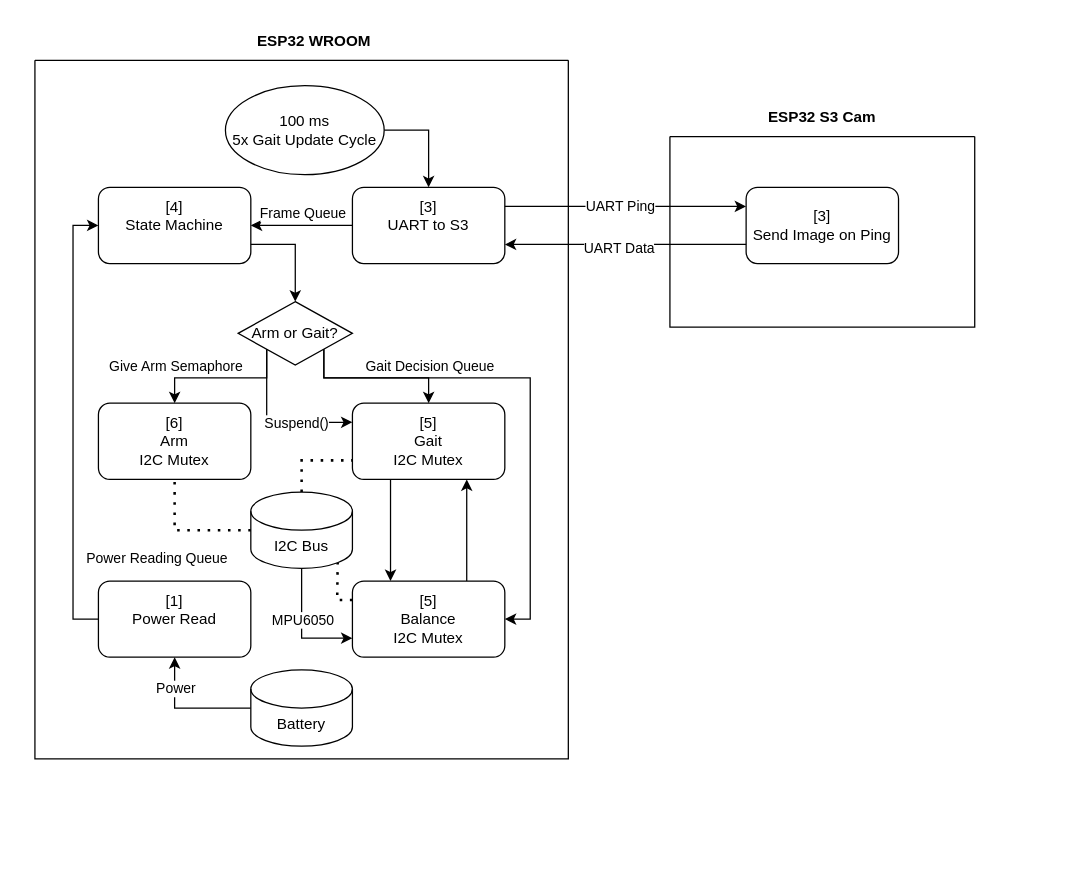
This is Task Diagram.drawio from vy038/Project_Talos, a draw.io file, before an edit. Source tidied: cells renumbered, new cells numbered last; positions are measured from the earlier drawing's top-left corner, leaving out a move shared by most shapes. Both pictures are drawn from the tidied source at 127%, with x=0, y=0 at pixel (34, 22).
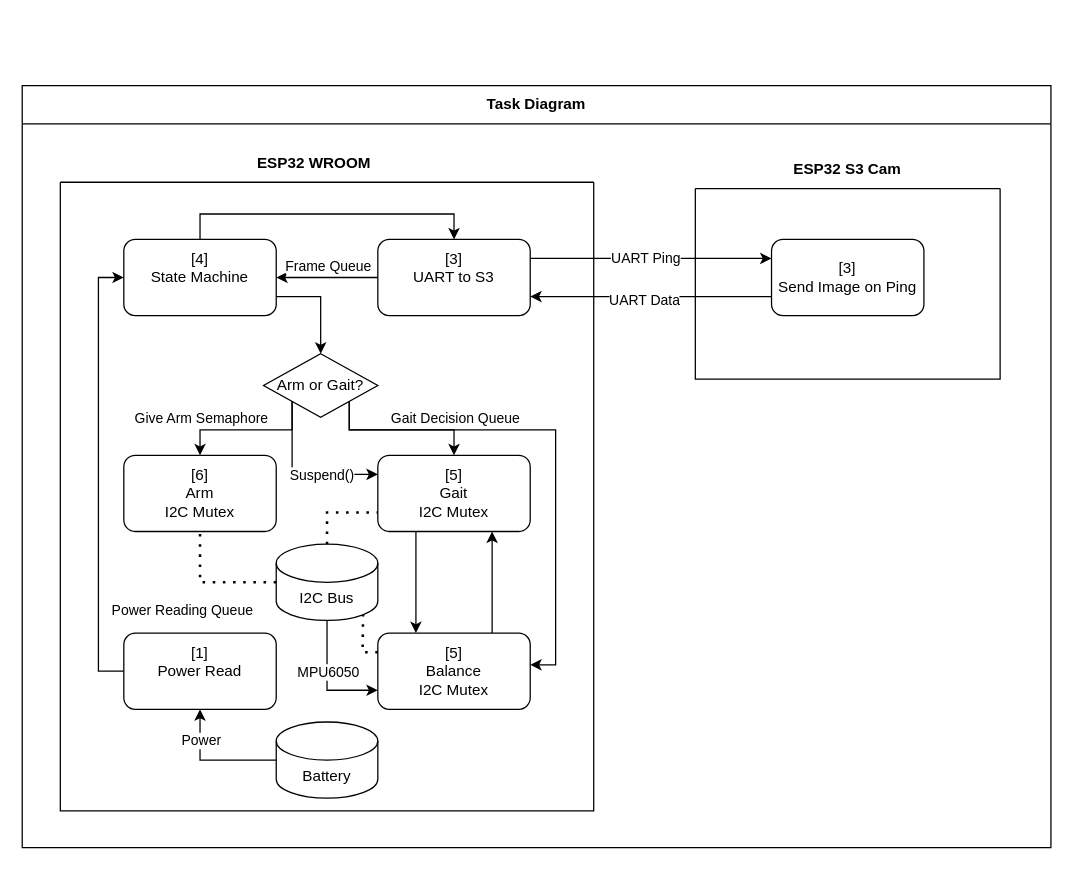
The same page after the edit.

Commit message (it also covers changes not shown here):
fix: task diagram formatting

The change refers to these unchanged cells:
```xml
<mxCell id="3" value="&lt;div&gt;[3]&lt;/div&gt;&lt;div&gt;Send Image on Ping&lt;/div&gt;" style="rounded=1;whiteSpace=wrap;html=1;" parent="2" vertex="1">
  <mxGeometry x="60" y="40" width="120" height="60" as="geometry" />
</mxCell>
```

Diff of the diagram source:
```diff
@@
+    <mxCell id="43" value="Task Diagram" style="swimlane;whiteSpace=wrap;html=1;startSize=30;" parent="1" vertex="1">
+      <mxGeometry x="-10" y="50" width="810" height="600" as="geometry" />
+    </mxCell>
-    <mxCell id="2" style="swimlane;startSize=0;" parent="1" vertex="1">
-      <mxGeometry x="500" y="90" width="240" height="150" as="geometry" />
+    <mxCell id="2" style="swimlane;startSize=0;" parent="43" vertex="1">
+      <mxGeometry x="530" y="81" width="240" height="150" as="geometry" />
     </mxCell>
@@
-    <mxCell id="4" style="swimlane;startSize=0;" parent="1" vertex="1">
-      <mxGeometry y="30" width="420" height="550" as="geometry" />
+    <mxCell id="4" style="swimlane;startSize=0;" parent="43" vertex="1">
+      <mxGeometry x="30" y="76" width="420" height="495" as="geometry" />
     </mxCell>
     <mxCell id="5" value="&lt;div&gt;[3]&lt;/div&gt;&lt;div&gt;UART to S3&lt;/div&gt;&lt;div&gt;&lt;br&gt;&lt;/div&gt;" style="rounded=1;whiteSpace=wrap;html=1;" parent="4" vertex="1">
-      <mxGeometry x="250" y="100" width="120" height="60" as="geometry" />
+      <mxGeometry x="250" y="45" width="120" height="60" as="geometry" />
     </mxCell>
+    <mxCell id="44" style="edgeStyle=orthogonalEdgeStyle;rounded=0;jettySize=auto;html=1;exitX=0.5;exitY=0;exitDx=0;exitDy=0;entryX=0.5;entryY=0;entryDx=0;entryDy=0;" parent="4" edge="1" source="6" target="5">
+      <mxGeometry relative="1" as="geometry" />
+    </mxCell>
     <mxCell id="6" value="&lt;div&gt;[4]&lt;/div&gt;&lt;div&gt;State Machine&lt;/div&gt;&lt;div&gt;&lt;br&gt;&lt;/div&gt;" style="rounded=1;whiteSpace=wrap;html=1;" parent="4" vertex="1">
-      <mxGeometry x="50" y="100" width="120" height="60" as="geometry" />
+      <mxGeometry x="50" y="45" width="120" height="60" as="geometry" />
     </mxCell>
@@
     <mxCell id="9" value="&lt;div&gt;[6]&lt;/div&gt;&lt;div&gt;Arm&lt;/div&gt;&lt;div&gt;I2C Mutex&lt;/div&gt;" style="rounded=1;whiteSpace=wrap;html=1;" parent="4" vertex="1">
-      <mxGeometry x="50" y="270" width="120" height="60" as="geometry" />
+      <mxGeometry x="50" y="215" width="120" height="60" as="geometry" />
     </mxCell>
-    <mxCell id="10" style="edgeStyle=orthogonalEdgeStyle;rounded=0;jettySize=auto;html=1;exitX=1;exitY=1;exitDx=0;exitDy=0;entryX=1;entryY=0.5;entryDx=0;entryDy=0;" parent="4" edge="1" source="13" target="21">
+    <mxCell id="10" style="edgeStyle=orthogonalEdgeStyle;rounded=0;orthogonalLoop=1;jettySize=auto;html=1;exitX=1;exitY=1;exitDx=0;exitDy=0;entryX=1;entryY=0.5;entryDx=0;entryDy=0;" parent="4" edge="1">
       <mxGeometry relative="1" as="geometry">
+        <mxPoint x="227.5" y="167.5" as="sourcePoint" />
+        <mxPoint x="370" y="380" as="targetPoint" />
         <Array as="points">
-          <mxPoint x="228" y="250" />
-          <mxPoint x="390" y="250" />
-          <mxPoint x="390" y="440" />
+          <mxPoint x="228" y="195" />
+          <mxPoint x="390" y="195" />
+          <mxPoint x="390" y="380" />
         </Array>
       </mxGeometry>
     </mxCell>
@@
     <mxCell id="13" value="Arm or Gait?" style="rhombus;whiteSpace=wrap;html=1;" parent="4" vertex="1">
-      <mxGeometry x="160" y="190" width="90" height="50" as="geometry" />
+      <mxGeometry x="160" y="135" width="90" height="50" as="geometry" />
     </mxCell>
@@
     <mxCell id="15" style="edgeStyle=orthogonalEdgeStyle;rounded=0;jettySize=auto;html=1;exitX=0;exitY=1;exitDx=0;exitDy=0;entryX=0.5;entryY=0;entryDx=0;entryDy=0;" parent="4" edge="1" source="13" target="9">
       <mxGeometry relative="1" as="geometry">
         <Array as="points">
-          <mxPoint x="183" y="250" />
-          <mxPoint x="110" y="250" />
+          <mxPoint x="183" y="195" />
+          <mxPoint x="110" y="195" />
         </Array>
       </mxGeometry>
     </mxCell>
@@
     <mxCell id="19" value="&lt;div&gt;[1]&lt;/div&gt;&lt;div&gt;Power Read&lt;/div&gt;&lt;div&gt;&lt;br&gt;&lt;/div&gt;" style="rounded=1;whiteSpace=wrap;html=1;" parent="4" vertex="1">
-      <mxGeometry x="50" y="410" width="120" height="60" as="geometry" />
+      <mxGeometry x="50" y="355" width="120" height="60" as="geometry" />
     </mxCell>
@@
     <mxCell id="21" value="&lt;div&gt;[5]&lt;/div&gt;&lt;div&gt;Balance&lt;/div&gt;I2C Mutex" style="rounded=1;whiteSpace=wrap;html=1;" parent="4" vertex="1">
-      <mxGeometry x="250" y="410" width="120" height="60" as="geometry" />
+      <mxGeometry x="250" y="355" width="120" height="60" as="geometry" />
     </mxCell>
@@
     <mxCell id="23" value="&lt;div&gt;[5]&lt;/div&gt;&lt;div&gt;Gait&lt;/div&gt;&lt;div&gt;I2C Mutex&lt;/div&gt;" style="rounded=1;whiteSpace=wrap;html=1;" parent="4" vertex="1">
-      <mxGeometry x="250" y="270" width="120" height="60" as="geometry" />
+      <mxGeometry x="250" y="215" width="120" height="60" as="geometry" />
     </mxCell>
     <mxCell id="24" style="edgeStyle=orthogonalEdgeStyle;rounded=0;jettySize=auto;html=1;exitX=1;exitY=1;exitDx=0;exitDy=0;entryX=0.5;entryY=0;entryDx=0;entryDy=0;" parent="4" edge="1" source="13" target="23">
       <mxGeometry relative="1" as="geometry">
         <Array as="points">
-          <mxPoint x="227" y="250" />
-          <mxPoint x="310" y="250" />
+          <mxPoint x="227" y="195" />
+          <mxPoint x="310" y="195" />
         </Array>
       </mxGeometry>
     </mxCell>
@@
-    <mxCell id="26" style="edgeStyle=orthogonalEdgeStyle;rounded=0;jettySize=auto;html=1;entryX=0.5;entryY=0;entryDx=0;entryDy=0;exitX=1;exitY=0.5;exitDx=0;exitDy=0;" parent="4" edge="1" source="27" target="5">
-      <mxGeometry relative="1" as="geometry" />
-    </mxCell>
-    <mxCell id="27" value="&lt;div&gt;100 ms&lt;/div&gt;&lt;div&gt;5x Gait Update Cycle&lt;/div&gt;" style="ellipse;whiteSpace=wrap;html=1;" parent="4" vertex="1">
-      <mxGeometry x="150" y="20" width="125" height="70" as="geometry" />
-    </mxCell>
@@
     <mxCell id="30" value="I2C Bus" style="shape=cylinder3;whiteSpace=wrap;html=1;boundedLbl=1;backgroundOutline=1;size=15;" parent="4" vertex="1">
-      <mxGeometry x="170" y="340" width="80" height="60" as="geometry" />
+      <mxGeometry x="170" y="285" width="80" height="60" as="geometry" />
     </mxCell>
     <mxCell id="31" style="endArrow=none;dashed=1;html=1;dashPattern=1 3;strokeWidth=2;rounded=0;entryX=0.5;entryY=1;entryDx=0;entryDy=0;exitX=0;exitY=0.5;exitDx=0;exitDy=0;exitPerimeter=0;" parent="4" edge="1" source="30" target="9">
       <mxGeometry relative="1" as="geometry">
         <Array as="points">
-          <mxPoint x="110" y="370" />
+          <mxPoint x="110" y="315" />
         </Array>
       </mxGeometry>
     </mxCell>
     <mxCell id="32" style="endArrow=none;dashed=1;html=1;dashPattern=1 3;strokeWidth=2;rounded=0;entryX=0.855;entryY=1;entryDx=0;entryDy=-4.35;exitX=0;exitY=0.25;exitDx=0;exitDy=0;entryPerimeter=0;" parent="4" edge="1" source="21" target="30">
       <mxGeometry relative="1" as="geometry">
         <Array as="points">
-          <mxPoint x="238" y="425" />
+          <mxPoint x="238" y="370" />
         </Array>
       </mxGeometry>
     </mxCell>
     <mxCell id="33" style="endArrow=none;dashed=1;html=1;dashPattern=1 3;strokeWidth=2;rounded=0;entryX=0;entryY=0.75;entryDx=0;entryDy=0;exitX=0.5;exitY=0;exitDx=0;exitDy=0;exitPerimeter=0;" parent="4" edge="1" source="30" target="23">
       <mxGeometry relative="1" as="geometry">
         <Array as="points">
-          <mxPoint x="210" y="315" />
+          <mxPoint x="210" y="260" />
         </Array>
       </mxGeometry>
     </mxCell>
@@
     <mxCell id="36" value="Battery" style="shape=cylinder3;whiteSpace=wrap;html=1;boundedLbl=1;backgroundOutline=1;size=15;" parent="4" vertex="1">
-      <mxGeometry x="170" y="480" width="80" height="60" as="geometry" />
+      <mxGeometry x="170" y="425" width="80" height="60" as="geometry" />
     </mxCell>
-    <mxCell id="37" value="&lt;b&gt;ESP32 S3 Cam&lt;/b&gt;" style="text;html=1;whiteSpace=wrap;strokeColor=none;fillColor=none;align=center;verticalAlign=middle;rounded=0;" parent="1" vertex="1">
-      <mxGeometry x="570" y="60" width="100" height="30" as="geometry" />
-    </mxCell>
-    <mxCell id="38" value="&lt;b&gt;ESP32&amp;nbsp;WROOM&lt;/b&gt;" style="text;html=1;whiteSpace=wrap;strokeColor=none;fillColor=none;align=center;verticalAlign=middle;rounded=0;" parent="1" vertex="1">
-      <mxGeometry x="190" width="60" height="30" as="geometry" />
-    </mxCell>
-    <mxCell id="39" style="edgeStyle=orthogonalEdgeStyle;rounded=0;jettySize=auto;html=1;exitX=1;exitY=0.25;exitDx=0;exitDy=0;entryX=0;entryY=0.25;entryDx=0;entryDy=0;" parent="1" edge="1" source="5" target="3">
+    <mxCell id="39" style="edgeStyle=orthogonalEdgeStyle;rounded=0;jettySize=auto;html=1;exitX=1;exitY=0.25;exitDx=0;exitDy=0;entryX=0;entryY=0.25;entryDx=0;entryDy=0;" parent="43" edge="1" source="5" target="3">
       <mxGeometry relative="1" as="geometry" />
     </mxCell>
@@
-    <mxCell id="41" style="edgeStyle=orthogonalEdgeStyle;rounded=0;jettySize=auto;html=1;exitX=0;exitY=0.75;exitDx=0;exitDy=0;entryX=1;entryY=0.75;entryDx=0;entryDy=0;" parent="1" edge="1" source="3" target="5">
+    <mxCell id="41" style="edgeStyle=orthogonalEdgeStyle;rounded=0;jettySize=auto;html=1;exitX=0;exitY=0.75;exitDx=0;exitDy=0;entryX=1;entryY=0.75;entryDx=0;entryDy=0;" parent="43" edge="1" source="3" target="5">
       <mxGeometry relative="1" as="geometry" />
     </mxCell>
@@
+    <mxCell id="38" value="&lt;b&gt;ESP32&amp;nbsp;WROOM&lt;/b&gt;" style="text;html=1;whiteSpace=wrap;strokeColor=none;fillColor=none;align=center;verticalAlign=middle;rounded=0;" parent="43" vertex="1">
+      <mxGeometry x="200" y="46" width="60" height="30" as="geometry" />
+    </mxCell>
+    <mxCell id="37" value="&lt;b&gt;ESP32 S3 Cam&lt;/b&gt;" style="text;html=1;whiteSpace=wrap;strokeColor=none;fillColor=none;align=center;verticalAlign=middle;rounded=0;" parent="43" vertex="1">
+      <mxGeometry x="600" y="51" width="100" height="30" as="geometry" />
+    </mxCell>
```
